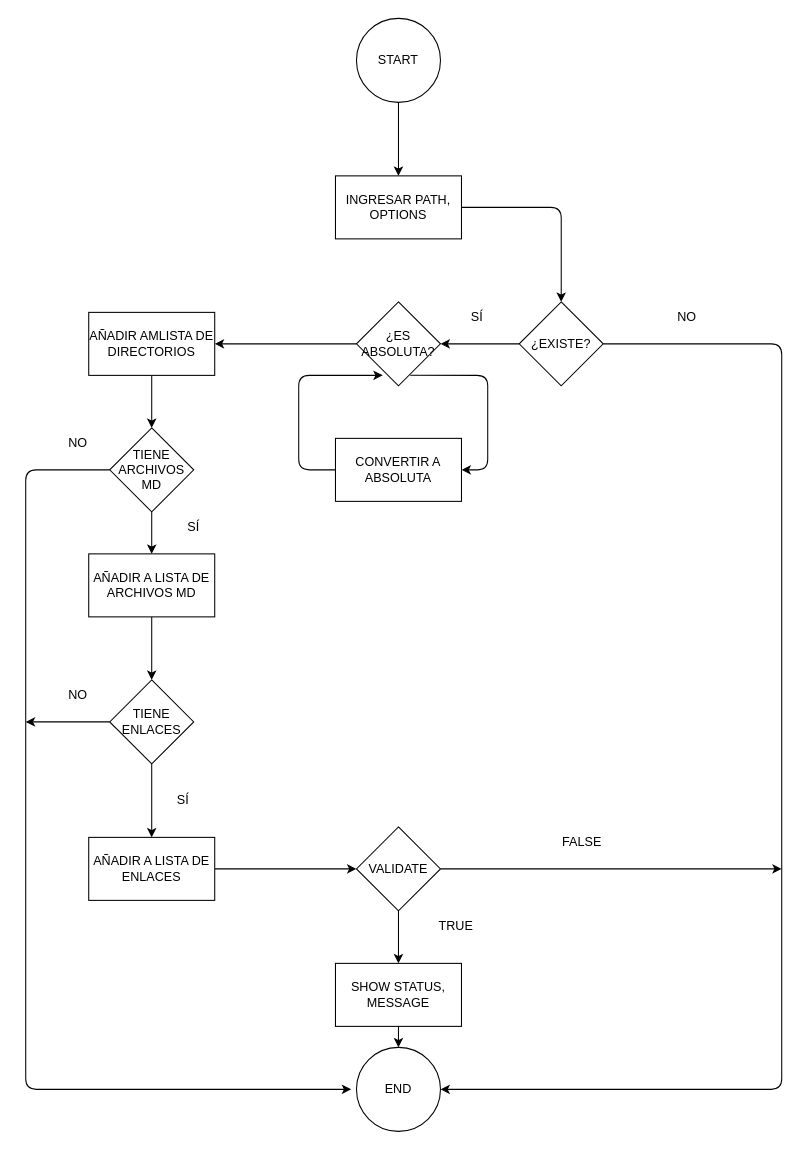
Above: diagrama.drawio in Ariel-Navarro/DEV002-md-links (draw.io), before the change. Source tidied: cells renumbered, new cells numbered last; positions are measured from the earlier drawing's top-left corner, leaving out a move shared by most shapes. Both pictures are drawn from the tidied source at 105%, with x=0, y=0 at pixel (25, 18).
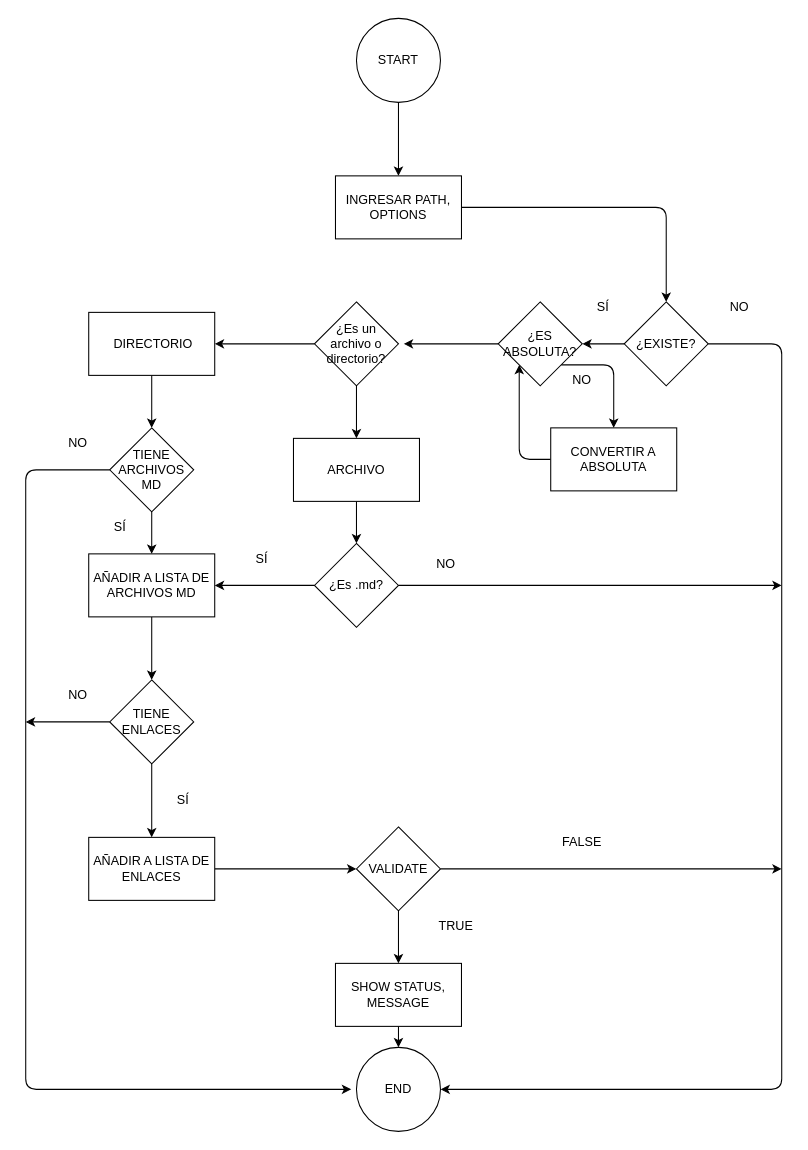
The same page after the edit.

The change refers to these unchanged cells:
```xml
<mxCell id="6" value="INGRESAR PATH, OPTIONS" style="rounded=0;whiteSpace=wrap;html=1;" parent="1" vertex="1">
  <mxGeometry x="295" y="150" width="120" height="60" as="geometry" />
</mxCell>
<mxCell id="18" value="AÑADIR A LISTA DE ARCHIVOS MD" style="rounded=0;whiteSpace=wrap;html=1;" parent="1" vertex="1">
  <mxGeometry x="60" y="510" width="120" height="60" as="geometry" />
</mxCell>
```

The edit, as a diff of the source:
```diff
@@
     <mxCell id="5" style="edgeStyle=none;html=1;exitX=1;exitY=0.5;exitDx=0;exitDy=0;" parent="1" edge="1" source="6" target="10">
       <mxGeometry relative="1" as="geometry">
         <Array as="points">
-          <mxPoint x="510" y="180" />
+          <mxPoint x="610" y="180" />
         </Array>
       </mxGeometry>
     </mxCell>
@@
-    <mxCell id="7" style="edgeStyle=none;html=1;exitX=0;exitY=0.5;exitDx=0;exitDy=0;entryX=0.313;entryY=0.875;entryDx=0;entryDy=0;entryPerimeter=0;" parent="1" edge="1" source="8" target="15">
+    <mxCell id="7" style="edgeStyle=none;html=1;entryX=0;entryY=1;entryDx=0;entryDy=0;exitX=0;exitY=0.5;exitDx=0;exitDy=0;" parent="1" edge="1" source="8" target="15">
       <mxGeometry relative="1" as="geometry">
         <Array as="points">
-          <mxPoint x="260" y="430" />
-          <mxPoint x="260" y="340" />
+          <mxPoint x="470" y="420" />
+          <mxPoint x="470" y="350" />
         </Array>
       </mxGeometry>
     </mxCell>
     <mxCell id="8" value="CONVERTIR A ABSOLUTA" style="rounded=0;whiteSpace=wrap;html=1;" parent="1" vertex="1">
-      <mxGeometry x="295" y="400" width="120" height="60" as="geometry" />
+      <mxGeometry x="500" y="390" width="120" height="60" as="geometry" />
     </mxCell>
@@
     <mxCell id="10" value="¿EXISTE?" style="rhombus;whiteSpace=wrap;html=1;" parent="1" vertex="1">
-      <mxGeometry x="470" y="270" width="80" height="80" as="geometry" />
+      <mxGeometry x="570" y="270" width="80" height="80" as="geometry" />
     </mxCell>
@@
     <mxCell id="12" value="NO" style="text;html=1;strokeColor=none;fillColor=none;align=center;verticalAlign=middle;whiteSpace=wrap;rounded=0;" parent="1" vertex="1">
-      <mxGeometry x="600" y="270" width="60" height="30" as="geometry" />
+      <mxGeometry x="650" y="260" width="60" height="30" as="geometry" />
     </mxCell>
+    <mxCell id="14" style="edgeStyle=none;html=1;" parent="1" edge="1" source="15">
+      <mxGeometry relative="1" as="geometry">
+        <mxPoint x="360" y="310" as="targetPoint" />
+      </mxGeometry>
+    </mxCell>
-    <mxCell id="13" style="edgeStyle=none;html=1;entryX=1;entryY=0.5;entryDx=0;entryDy=0;exitX=0.64;exitY=0.873;exitDx=0;exitDy=0;exitPerimeter=0;" parent="1" edge="1" source="15" target="8">
+    <mxCell id="13" style="edgeStyle=none;html=1;entryX=0.5;entryY=0;entryDx=0;entryDy=0;exitX=1;exitY=1;exitDx=0;exitDy=0;" parent="1" edge="1" source="15" target="8">
       <mxGeometry relative="1" as="geometry">
         <Array as="points">
-          <mxPoint x="440" y="340" />
-          <mxPoint x="440" y="430" />
+          <mxPoint x="560" y="330" />
         </Array>
       </mxGeometry>
     </mxCell>
-    <mxCell id="14" style="edgeStyle=none;html=1;" parent="1" edge="1" source="15" target="20">
-      <mxGeometry relative="1" as="geometry" />
-    </mxCell>
     <mxCell id="15" value="¿ES ABSOLUTA?" style="rhombus;whiteSpace=wrap;html=1;" parent="1" vertex="1">
-      <mxGeometry x="315" y="270" width="80" height="80" as="geometry" />
+      <mxGeometry x="450" y="270" width="80" height="80" as="geometry" />
     </mxCell>
     <mxCell id="16" value="SÍ" style="text;html=1;strokeColor=none;fillColor=none;align=center;verticalAlign=middle;whiteSpace=wrap;rounded=0;" parent="1" vertex="1">
-      <mxGeometry x="400" y="270" width="60" height="30" as="geometry" />
+      <mxGeometry x="520" y="260" width="60" height="30" as="geometry" />
     </mxCell>
@@
-    <mxCell id="20" value="AÑADIR AMLISTA DE DIRECTORIOS" style="whiteSpace=wrap;html=1;" parent="1" vertex="1">
+    <mxCell id="20" value="&amp;nbsp;DIRECTORIO" style="whiteSpace=wrap;html=1;" parent="1" vertex="1">
       <mxGeometry x="60" y="280" width="120" height="60" as="geometry" />
     </mxCell>
@@
     <mxCell id="25" value="SÍ" style="text;html=1;strokeColor=none;fillColor=none;align=center;verticalAlign=middle;whiteSpace=wrap;rounded=0;" parent="1" vertex="1">
-      <mxGeometry x="130" y="470" width="60" height="30" as="geometry" />
+      <mxGeometry x="60" y="470" width="60" height="30" as="geometry" />
     </mxCell>
@@
+    <mxCell id="40" value="NO" style="text;html=1;strokeColor=none;fillColor=none;align=center;verticalAlign=middle;whiteSpace=wrap;rounded=0;" parent="1" vertex="1">
+      <mxGeometry x="500" y="330" width="60" height="30" as="geometry" />
+    </mxCell>
+    <mxCell id="41" style="edgeStyle=none;html=1;" parent="1" edge="1" source="43" target="20">
+      <mxGeometry relative="1" as="geometry" />
+    </mxCell>
+    <mxCell id="42" style="edgeStyle=none;html=1;" parent="1" edge="1" source="43" target="45">
+      <mxGeometry relative="1" as="geometry" />
+    </mxCell>
+    <mxCell id="43" value="¿Es un archivo o directorio?" style="rhombus;whiteSpace=wrap;html=1;" parent="1" vertex="1">
+      <mxGeometry x="275" y="270" width="80" height="80" as="geometry" />
+    </mxCell>
+    <mxCell id="44" style="edgeStyle=none;html=1;" parent="1" edge="1" source="45" target="46">
+      <mxGeometry relative="1" as="geometry" />
+    </mxCell>
+    <mxCell id="45" value="ARCHIVO" style="rounded=1;whiteSpace=wrap;html=1;arcSize=0;" parent="1" vertex="1">
+      <mxGeometry x="255" y="400" width="120" height="60" as="geometry" />
+    </mxCell>
+    <mxCell id="46" value="¿Es .md?" style="rhombus;whiteSpace=wrap;html=1;" parent="1" vertex="1">
+      <mxGeometry x="275" y="500" width="80" height="80" as="geometry" />
+    </mxCell>
+    <mxCell id="47" style="endArrow=classic;html=1;exitX=0;exitY=0.5;exitDx=0;exitDy=0;entryX=1;entryY=0.5;entryDx=0;entryDy=0;" parent="1" edge="1" source="46" target="18">
+      <mxGeometry relative="1" as="geometry" />
+    </mxCell>
+    <mxCell id="48" style="endArrow=classic;html=1;exitX=1;exitY=0.5;exitDx=0;exitDy=0;" parent="1" edge="1" source="46">
+      <mxGeometry relative="1" as="geometry">
+        <mxPoint x="720" y="540" as="targetPoint" />
+      </mxGeometry>
+    </mxCell>
+    <mxCell id="49" value="SÍ" style="text;html=1;strokeColor=none;fillColor=none;align=center;verticalAlign=middle;whiteSpace=wrap;rounded=0;" parent="1" vertex="1">
+      <mxGeometry x="195" y="500" width="60" height="30" as="geometry" />
+    </mxCell>
+    <mxCell id="50" value="NO" style="text;html=1;align=center;verticalAlign=middle;strokeColor=none;fillColor=none;" parent="1" vertex="1">
+      <mxGeometry x="380" y="505" width="40" height="30" as="geometry" />
+    </mxCell>
```
